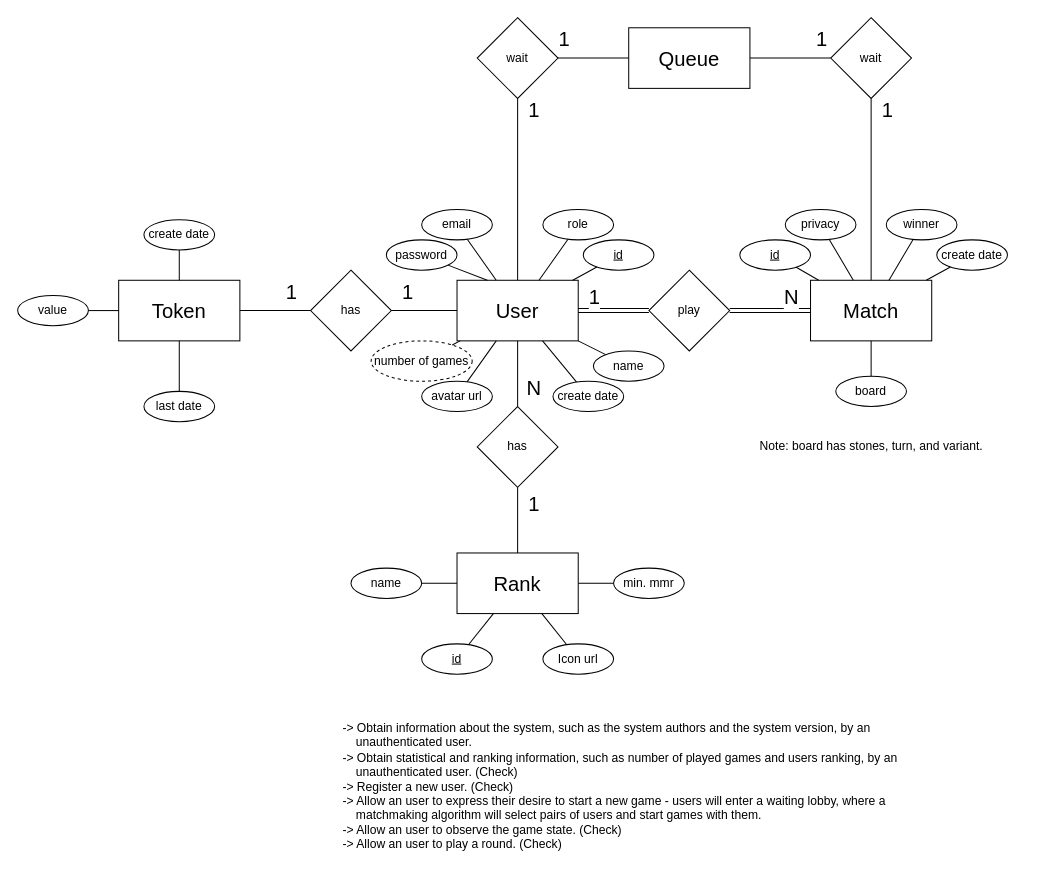
Earlier version of the draw.io diagram code/jvm/docs/diagrams/gomoku.drawio (AndreGraca3/Gomoku-Royale-web). Source tidied: cells renumbered, new cells numbered last; positions are measured from the earlier drawing's top-left corner, leaving out a move shared by most shapes. Both pictures are drawn from the tidied source at 101%, with x=0, y=0 at pixel (17, 17).
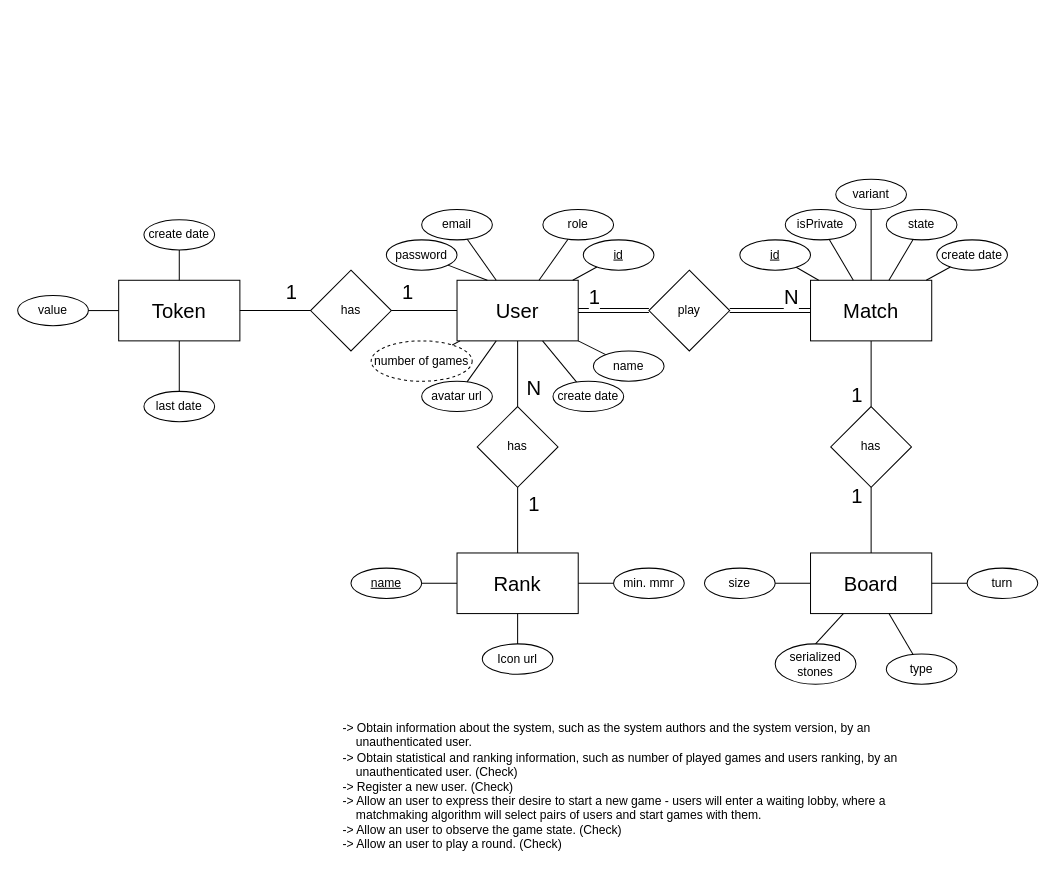
After the change.

The change refers to these unchanged cells:
```xml
<mxCell id="2" value="&lt;font style=&quot;font-size: 20px;&quot;&gt;User&lt;/font&gt;" style="rounded=0;whiteSpace=wrap;html=1;" parent="1" vertex="1">
  <mxGeometry x="435" y="260" width="120" height="60" as="geometry" />
</mxCell>
<mxCell id="3" value="&lt;span style=&quot;font-size: 20px;&quot;&gt;Match&lt;/span&gt;" style="rounded=0;whiteSpace=wrap;html=1;" parent="1" vertex="1">
  <mxGeometry x="785" y="260" width="120" height="60" as="geometry" />
</mxCell>
<mxCell id="35" value="&lt;font style=&quot;font-size: 20px;&quot;&gt;Rank&lt;/font&gt;" style="rounded=0;whiteSpace=wrap;html=1;" parent="1" vertex="1">
  <mxGeometry x="435" y="530" width="120" height="60" as="geometry" />
</mxCell>
```

Diff of the diagram source:
```diff
@@
-    <mxCell id="19" value="board" style="ellipse;whiteSpace=wrap;html=1;" parent="1" vertex="1">
-      <mxGeometry x="810" y="355" width="70" height="30" as="geometry" />
-    </mxCell>
-    <mxCell id="20" style="endArrow=none;html=1;rounded=0;" parent="1" edge="1" source="3" target="19">
-      <mxGeometry relative="1" as="geometry" />
-    </mxCell>
-    <mxCell id="21" value="Note: board has stones, turn, and variant." style="text;html=1;align=center;verticalAlign=middle;strokeColor=none;fillColor=none;" parent="1" vertex="1">
-      <mxGeometry x="725" y="410" width="240" height="30" as="geometry" />
-    </mxCell>
@@
-    <mxCell id="39" value="name" style="ellipse;whiteSpace=wrap;html=1;" parent="1" vertex="1">
+    <mxCell id="39" value="name" style="ellipse;whiteSpace=wrap;html=1;fontStyle=4;" parent="1" vertex="1">
       <mxGeometry x="330" y="545" width="70" height="30" as="geometry" />
     </mxCell>
-    <mxCell id="40" value="&lt;u&gt;id&lt;/u&gt;" style="ellipse;whiteSpace=wrap;html=1;" parent="1" vertex="1">
-      <mxGeometry x="400" y="620" width="70" height="30" as="geometry" />
-    </mxCell>
-    <mxCell id="41" style="endArrow=none;html=1;rounded=0;" parent="1" edge="1" source="40" target="35">
-      <mxGeometry relative="1" as="geometry" />
-    </mxCell>
     <mxCell id="42" value="Icon url" style="ellipse;whiteSpace=wrap;html=1;" parent="1" vertex="1">
-      <mxGeometry x="520" y="620" width="70" height="30" as="geometry" />
+      <mxGeometry x="460" y="620" width="70" height="30" as="geometry" />
     </mxCell>
@@
-    <mxCell id="57" value="privacy" style="ellipse;whiteSpace=wrap;html=1;fontStyle=0;" parent="1" vertex="1">
+    <mxCell id="57" value="isPrivate" style="ellipse;whiteSpace=wrap;html=1;fontStyle=0;" parent="1" vertex="1">
       <mxGeometry x="760" y="190" width="70" height="30" as="geometry" />
     </mxCell>
@@
-    <mxCell id="60" value="winner" style="ellipse;whiteSpace=wrap;html=1;fontStyle=0;" parent="1" vertex="1">
+    <mxCell id="60" value="state" style="ellipse;whiteSpace=wrap;html=1;fontStyle=0;" parent="1" vertex="1">
       <mxGeometry x="860" y="190" width="70" height="30" as="geometry" />
     </mxCell>
@@
-    <mxCell id="62" value="&lt;span style=&quot;font-size: 20px;&quot;&gt;Queue&lt;/span&gt;" style="rounded=0;whiteSpace=wrap;html=1;" parent="1" vertex="1">
-      <mxGeometry x="605" y="10" width="120" height="60" as="geometry" />
-    </mxCell>
-    <mxCell id="63" value="wait" style="rhombus;whiteSpace=wrap;html=1;" parent="1" vertex="1">
-      <mxGeometry x="455" width="80" height="80" as="geometry" />
-    </mxCell>
-    <mxCell id="64" style="endArrow=none;html=1;rounded=0;exitX=0.5;exitY=1;exitDx=0;exitDy=0;entryX=0.5;entryY=0;entryDx=0;entryDy=0;" parent="1" edge="1" source="63" target="2">
-      <mxGeometry relative="1" as="geometry" />
-    </mxCell>
-    <mxCell id="65" value="1" style="edgeLabel;html=1;align=center;verticalAlign=middle;fontSize=20;" parent="64" vertex="1">
-      <mxGeometry x="0.06" y="3" relative="1" as="geometry">
-        <mxPoint x="12" y="-85" as="offset" />
-      </mxGeometry>
-    </mxCell>
-    <mxCell id="66" style="endArrow=none;html=1;rounded=0;exitX=0;exitY=0.5;exitDx=0;exitDy=0;entryX=1;entryY=0.5;entryDx=0;entryDy=0;" parent="1" edge="1" source="62" target="63">
-      <mxGeometry relative="1" as="geometry" />
-    </mxCell>
-    <mxCell id="67" value="1" style="edgeLabel;html=1;align=center;verticalAlign=middle;fontSize=20;" parent="66" vertex="1">
-      <mxGeometry x="0.06" y="3" relative="1" as="geometry">
-        <mxPoint x="-28" y="-23" as="offset" />
-      </mxGeometry>
-    </mxCell>
-    <mxCell id="68" value="wait" style="rhombus;whiteSpace=wrap;html=1;" parent="1" vertex="1">
-      <mxGeometry x="805" width="80" height="80" as="geometry" />
-    </mxCell>
-    <mxCell id="69" style="endArrow=none;html=1;rounded=0;exitX=1;exitY=0.5;exitDx=0;exitDy=0;entryX=0;entryY=0.5;entryDx=0;entryDy=0;strokeColor=default;" parent="1" edge="1" source="62" target="68">
-      <mxGeometry relative="1" as="geometry" />
-    </mxCell>
-    <mxCell id="70" value="1" style="edgeLabel;html=1;align=center;verticalAlign=middle;fontSize=20;" parent="69" vertex="1">
-      <mxGeometry x="0.06" y="3" relative="1" as="geometry">
-        <mxPoint x="28" y="-17" as="offset" />
-      </mxGeometry>
-    </mxCell>
-    <mxCell id="71" style="endArrow=none;html=1;rounded=0;exitX=0.5;exitY=0;exitDx=0;exitDy=0;entryX=0.5;entryY=1;entryDx=0;entryDy=0;" parent="1" edge="1" source="3" target="68">
-      <mxGeometry relative="1" as="geometry" />
-    </mxCell>
-    <mxCell id="72" value="1" style="edgeLabel;html=1;align=center;verticalAlign=middle;fontSize=20;" parent="71" vertex="1">
-      <mxGeometry x="0.06" y="3" relative="1" as="geometry">
-        <mxPoint x="18" y="-75" as="offset" />
-      </mxGeometry>
-    </mxCell>
@@
+    <mxCell id="74" style="endArrow=none;html=1;rounded=0;exitX=0.5;exitY=1;exitDx=0;exitDy=0;entryX=0.5;entryY=0;entryDx=0;entryDy=0;" parent="1" edge="1" source="3" target="76">
+      <mxGeometry relative="1" as="geometry" />
+    </mxCell>
+    <mxCell id="75" value="1" style="edgeLabel;html=1;align=center;verticalAlign=middle;fontSize=20;" parent="74" vertex="1">
+      <mxGeometry x="0.06" y="3" relative="1" as="geometry">
+        <mxPoint x="-18" y="18" as="offset" />
+      </mxGeometry>
+    </mxCell>
+    <mxCell id="76" value="has" style="rhombus;whiteSpace=wrap;html=1;" parent="1" vertex="1">
+      <mxGeometry x="805" y="385" width="80" height="80" as="geometry" />
+    </mxCell>
+    <mxCell id="77" style="endArrow=none;html=1;rounded=0;exitX=0.5;exitY=1;exitDx=0;exitDy=0;entryX=0.5;entryY=0;entryDx=0;entryDy=0;" parent="1" edge="1" source="76" target="79">
+      <mxGeometry relative="1" as="geometry" />
+    </mxCell>
+    <mxCell id="78" value="&lt;font style=&quot;font-size: 20px;&quot;&gt;1&lt;/font&gt;" style="edgeLabel;html=1;align=center;verticalAlign=middle;" parent="77" vertex="1">
+      <mxGeometry x="0.42" y="-1" relative="1" as="geometry">
+        <mxPoint x="-14" y="-39" as="offset" />
+      </mxGeometry>
+    </mxCell>
+    <mxCell id="79" value="&lt;span style=&quot;font-size: 20px;&quot;&gt;Board&lt;br&gt;&lt;/span&gt;" style="rounded=0;whiteSpace=wrap;html=1;" parent="1" vertex="1">
+      <mxGeometry x="785" y="530" width="120" height="60" as="geometry" />
+    </mxCell>
+    <mxCell id="80" value="size" style="ellipse;whiteSpace=wrap;html=1;" parent="1" vertex="1">
+      <mxGeometry x="680" y="545" width="70" height="30" as="geometry" />
+    </mxCell>
+    <mxCell id="81" style="endArrow=none;html=1;rounded=0;exitX=0;exitY=0.5;exitDx=0;exitDy=0;" parent="1" edge="1" source="79" target="80">
+      <mxGeometry relative="1" as="geometry" />
+    </mxCell>
+    <mxCell id="82" value="variant" style="ellipse;whiteSpace=wrap;html=1;" parent="1" vertex="1">
+      <mxGeometry x="810" y="160" width="70" height="30" as="geometry" />
+    </mxCell>
+    <mxCell id="83" style="endArrow=none;html=1;rounded=0;" parent="1" edge="1" source="82" target="3">
+      <mxGeometry relative="1" as="geometry" />
+    </mxCell>
+    <mxCell id="84" value="serialized stones" style="ellipse;whiteSpace=wrap;html=1;" parent="1" vertex="1">
+      <mxGeometry x="750" y="620" width="80" height="40" as="geometry" />
+    </mxCell>
+    <mxCell id="85" style="endArrow=none;html=1;rounded=0;exitX=0.5;exitY=0;exitDx=0;exitDy=0;" parent="1" edge="1" source="84" target="79">
+      <mxGeometry relative="1" as="geometry" />
+    </mxCell>
+    <mxCell id="86" style="endArrow=none;html=1;rounded=0;entryX=1;entryY=0.5;entryDx=0;entryDy=0;" parent="1" edge="1" source="87" target="79">
+      <mxGeometry relative="1" as="geometry" />
+    </mxCell>
+    <mxCell id="87" value="turn" style="ellipse;whiteSpace=wrap;html=1;" parent="1" vertex="1">
+      <mxGeometry x="940" y="545" width="70" height="30" as="geometry" />
+    </mxCell>
+    <mxCell id="88" value="type" style="ellipse;whiteSpace=wrap;html=1;" parent="1" vertex="1">
+      <mxGeometry x="860" y="630" width="70" height="30" as="geometry" />
+    </mxCell>
+    <mxCell id="89" style="endArrow=none;html=1;rounded=0;" parent="1" edge="1" source="88" target="79">
+      <mxGeometry relative="1" as="geometry" />
+    </mxCell>
```
